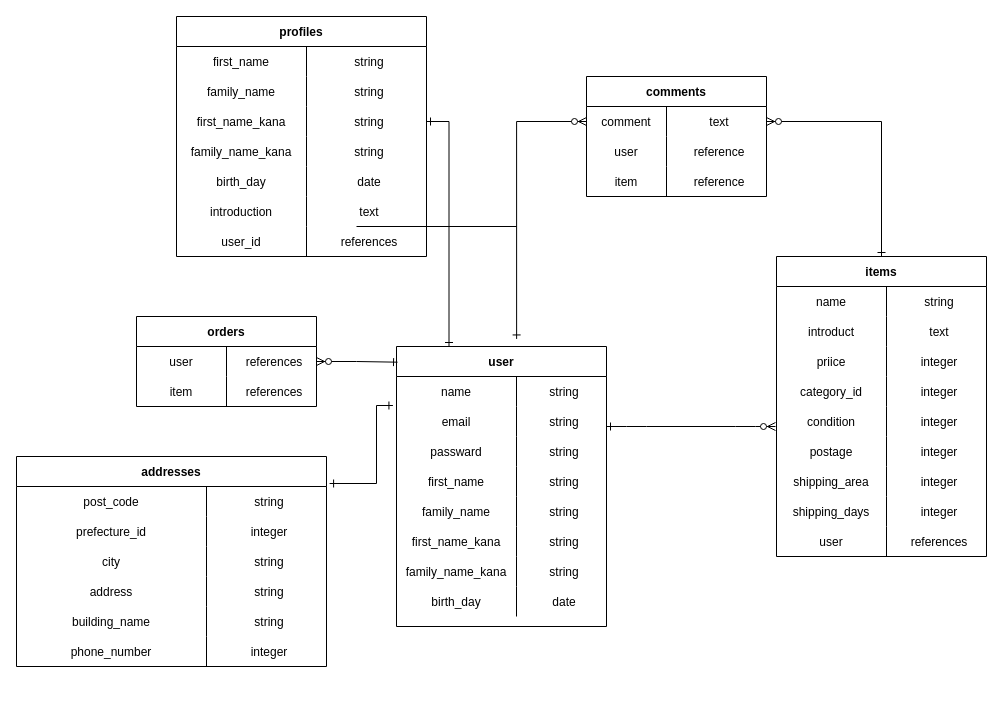
ninomiichan/furima-34382 keeps this draw.io diagram as tset.dio. Above is the earlier version. Source tidied: cells renumbered, new cells numbered last; positions are measured from the earlier drawing's top-left corner, leaving out a move shared by most shapes. Both pictures are drawn from the tidied source at 100%, with x=0, y=0 at pixel (16, 16).
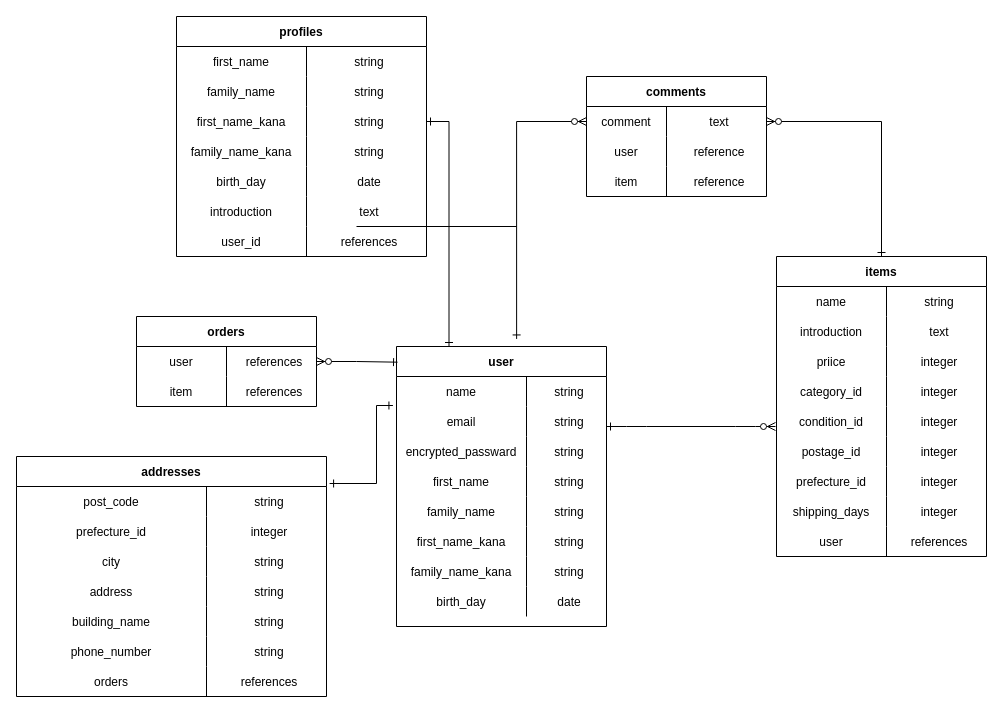
After the change.

The change refers to these unchanged cells:
```xml
<mxCell id="3" style="shape=partialRectangle;fillColor=none;top=0;left=0;bottom=0;right=0;" parent="2" vertex="1">
  <mxGeometry y="30" width="210" height="30" as="geometry" />
</mxCell>
<mxCell id="6" style="shape=partialRectangle;fillColor=none;top=0;left=0;bottom=0;right=0;points=[[0,0.5],[1,0.5]];portConstraint=eastwest;" parent="2" vertex="1">
  <mxGeometry y="60" width="210" height="30" as="geometry" />
</mxCell>
<mxCell id="9" style="shape=partialRectangle;fillColor=none;top=0;left=0;bottom=0;right=0;" parent="2" vertex="1">
  <mxGeometry y="90" width="210" height="30" as="geometry" />
</mxCell>
<mxCell id="12" style="shape=partialRectangle;fillColor=none;top=0;left=0;bottom=0;right=0;" parent="2" vertex="1">
  <mxGeometry y="120" width="210" height="30" as="geometry" />
</mxCell>
<mxCell id="15" style="shape=partialRectangle;fillColor=none;top=0;left=0;bottom=0;right=0;" parent="2" vertex="1">
  <mxGeometry y="150" width="210" height="30" as="geometry" />
</mxCell>
<mxCell id="18" style="shape=partialRectangle;fillColor=none;top=0;left=0;bottom=0;right=0;" parent="2" vertex="1">
  <mxGeometry y="180" width="210" height="30" as="geometry" />
</mxCell>
<mxCell id="21" style="shape=partialRectangle;fillColor=none;top=0;left=0;bottom=0;right=0;" parent="2" vertex="1">
  <mxGeometry y="210" width="210" height="30" as="geometry" />
</mxCell>
<mxCell id="24" style="shape=partialRectangle;fillColor=none;top=0;left=0;bottom=0;right=0;" parent="2" vertex="1">
  <mxGeometry y="240" width="210" height="30" as="geometry" />
</mxCell>
<mxCell id="32" style="shape=partialRectangle;fillColor=none;top=0;left=0;bottom=0;right=0;" parent="28" vertex="1">
  <mxGeometry y="60" width="210" height="30" as="geometry" />
</mxCell>
<mxCell id="41" style="shape=partialRectangle;fillColor=none;top=0;left=0;bottom=0;right=0;" parent="28" vertex="1">
  <mxGeometry y="150" width="210" height="30" as="geometry" />
</mxCell>
<mxCell id="44" style="shape=partialRectangle;fillColor=none;top=0;left=0;bottom=0;right=0;" parent="28" vertex="1">
  <mxGeometry y="180" width="210" height="30" as="geometry" />
</mxCell>
<mxCell id="47" style="shape=partialRectangle;fillColor=none;top=0;left=0;bottom=0;right=0;" parent="28" vertex="1">
  <mxGeometry y="210" width="210" height="30" as="geometry" />
</mxCell>
<mxCell id="107" style="shape=partialRectangle;fillColor=none;top=0;left=0;bottom=0;right=0;" parent="91" vertex="1">
  <mxGeometry y="180" width="310" height="30" as="geometry" />
</mxCell>
```

The edit, as a diff of the source:
```diff
@@
     <mxCell id="4" value="name" style="shape=partialRectangle;fillColor=none;top=0;left=0;bottom=0;right=0;overflow=hidden;" parent="3" vertex="1">
-      <mxGeometry width="120" height="30" as="geometry" />
+      <mxGeometry width="130" height="30" as="geometry" />
     </mxCell>
     <mxCell id="5" value="string" style="shape=partialRectangle;fillColor=none;top=0;left=0;bottom=0;right=0;align=center;spacingLeft=6;overflow=hidden;" parent="3" vertex="1">
-      <mxGeometry x="120" width="90" height="30" as="geometry" />
+      <mxGeometry x="130" width="80" height="30" as="geometry" />
     </mxCell>
@@
     <mxCell id="7" value="email" style="shape=partialRectangle;fillColor=none;top=0;left=0;bottom=0;right=0;overflow=hidden;" parent="6" vertex="1">
-      <mxGeometry width="120" height="30" as="geometry" />
+      <mxGeometry width="130" height="30" as="geometry" />
     </mxCell>
     <mxCell id="8" value="string" style="shape=partialRectangle;fillColor=none;top=0;left=0;bottom=0;right=0;align=center;spacingLeft=6;overflow=hidden;" parent="6" vertex="1">
-      <mxGeometry x="120" width="90" height="30" as="geometry" />
+      <mxGeometry x="130" width="80" height="30" as="geometry" />
     </mxCell>
@@
-    <mxCell id="10" value="passward" style="shape=partialRectangle;fillColor=none;top=0;left=0;bottom=0;right=0;overflow=hidden;" parent="9" vertex="1">
-      <mxGeometry width="120" height="30" as="geometry" />
+    <mxCell id="10" value="encrypted_passward" style="shape=partialRectangle;fillColor=none;top=0;left=0;bottom=0;right=0;overflow=hidden;" parent="9" vertex="1">
+      <mxGeometry width="130" height="30" as="geometry" />
     </mxCell>
     <mxCell id="11" value="string" style="shape=partialRectangle;fillColor=none;top=0;left=0;bottom=0;right=0;align=center;spacingLeft=6;overflow=hidden;" parent="9" vertex="1">
-      <mxGeometry x="120" width="90" height="30" as="geometry" />
+      <mxGeometry x="130" width="80" height="30" as="geometry" />
     </mxCell>
@@
     <mxCell id="13" value="first_name" style="shape=partialRectangle;fillColor=none;top=0;left=0;bottom=0;right=0;overflow=hidden;" parent="12" vertex="1">
-      <mxGeometry width="120" height="30" as="geometry" />
+      <mxGeometry width="130" height="30" as="geometry" />
     </mxCell>
     <mxCell id="14" value="string" style="shape=partialRectangle;fillColor=none;top=0;left=0;bottom=0;right=0;align=center;spacingLeft=6;overflow=hidden;" parent="12" vertex="1">
-      <mxGeometry x="120" width="90" height="30" as="geometry" />
+      <mxGeometry x="130" width="80" height="30" as="geometry" />
     </mxCell>
@@
     <mxCell id="16" value="family_name" style="shape=partialRectangle;fillColor=none;top=0;left=0;bottom=0;right=0;overflow=hidden;" parent="15" vertex="1">
-      <mxGeometry width="120" height="30" as="geometry" />
+      <mxGeometry width="130" height="30" as="geometry" />
     </mxCell>
     <mxCell id="17" value="string" style="shape=partialRectangle;fillColor=none;top=0;left=0;bottom=0;right=0;align=center;spacingLeft=6;overflow=hidden;" parent="15" vertex="1">
-      <mxGeometry x="120" width="90" height="30" as="geometry" />
+      <mxGeometry x="130" width="80" height="30" as="geometry" />
     </mxCell>
@@
     <mxCell id="19" value="first_name_kana" style="shape=partialRectangle;fillColor=none;top=0;left=0;bottom=0;right=0;overflow=hidden;" parent="18" vertex="1">
-      <mxGeometry width="120" height="30" as="geometry" />
+      <mxGeometry width="130" height="30" as="geometry" />
     </mxCell>
     <mxCell id="20" value="string" style="shape=partialRectangle;fillColor=none;top=0;left=0;bottom=0;right=0;align=center;spacingLeft=6;overflow=hidden;" parent="18" vertex="1">
-      <mxGeometry x="120" width="90" height="30" as="geometry" />
+      <mxGeometry x="130" width="80" height="30" as="geometry" />
     </mxCell>
@@
     <mxCell id="22" value="family_name_kana" style="shape=partialRectangle;fillColor=none;top=0;left=0;bottom=0;right=0;overflow=hidden;" parent="21" vertex="1">
-      <mxGeometry width="120" height="30" as="geometry" />
+      <mxGeometry width="130" height="30" as="geometry" />
     </mxCell>
     <mxCell id="23" value="string" style="shape=partialRectangle;fillColor=none;top=0;left=0;bottom=0;right=0;align=center;spacingLeft=6;overflow=hidden;" parent="21" vertex="1">
-      <mxGeometry x="120" width="90" height="30" as="geometry" />
+      <mxGeometry x="130" width="80" height="30" as="geometry" />
     </mxCell>
@@
     <mxCell id="25" value="birth_day" style="shape=partialRectangle;fillColor=none;top=0;left=0;bottom=0;right=0;overflow=hidden;" parent="24" vertex="1">
-      <mxGeometry width="120" height="30" as="geometry" />
+      <mxGeometry width="130" height="30" as="geometry" />
     </mxCell>
     <mxCell id="26" value="date" style="shape=partialRectangle;fillColor=none;top=0;left=0;bottom=0;right=0;align=center;spacingLeft=6;overflow=hidden;" parent="24" vertex="1">
-      <mxGeometry x="120" width="90" height="30" as="geometry" />
+      <mxGeometry x="130" width="80" height="30" as="geometry" />
     </mxCell>
@@
-    <mxCell id="33" value="introduct" style="shape=partialRectangle;fillColor=none;top=0;left=0;bottom=0;right=0;overflow=hidden;" parent="32" vertex="1">
+    <mxCell id="33" value="introduction" style="shape=partialRectangle;fillColor=none;top=0;left=0;bottom=0;right=0;overflow=hidden;" parent="32" vertex="1">
       <mxGeometry width="110" height="30" as="geometry" />
     </mxCell>
@@
-    <mxCell id="42" value="condition" style="shape=partialRectangle;fillColor=none;top=0;left=0;bottom=0;right=0;overflow=hidden;" parent="41" vertex="1">
+    <mxCell id="42" value="condition_id" style="shape=partialRectangle;fillColor=none;top=0;left=0;bottom=0;right=0;overflow=hidden;" parent="41" vertex="1">
       <mxGeometry width="110" height="30" as="geometry" />
     </mxCell>
@@
-    <mxCell id="45" value="postage" style="shape=partialRectangle;fillColor=none;top=0;left=0;bottom=0;right=0;overflow=hidden;" parent="44" vertex="1">
+    <mxCell id="45" value="postage_id" style="shape=partialRectangle;fillColor=none;top=0;left=0;bottom=0;right=0;overflow=hidden;" parent="44" vertex="1">
       <mxGeometry width="110" height="30" as="geometry" />
     </mxCell>
@@
-    <mxCell id="48" value="shipping_area" style="shape=partialRectangle;fillColor=none;top=0;left=0;bottom=0;right=0;overflow=hidden;" parent="47" vertex="1">
+    <mxCell id="48" value="prefecture_id" style="shape=partialRectangle;fillColor=none;top=0;left=0;bottom=0;right=0;overflow=hidden;" parent="47" vertex="1">
       <mxGeometry width="110" height="30" as="geometry" />
     </mxCell>
@@
     <mxCell id="91" value="addresses" style="shape=table;startSize=30;childLayout=tableLayout;rowLines=0;fontStyle=1;align=center;fillColor=none;" parent="1" vertex="1">
-      <mxGeometry y="440" width="310" height="210" as="geometry" />
+      <mxGeometry y="440" width="310" height="240" as="geometry" />
     </mxCell>
@@
-    <mxCell id="109" value="integer" style="shape=partialRectangle;fillColor=none;top=0;left=0;bottom=0;right=0;align=center;spacingLeft=6;overflow=hidden;" parent="107" vertex="1">
+    <mxCell id="109" value="string" style="shape=partialRectangle;fillColor=none;top=0;left=0;bottom=0;right=0;align=center;spacingLeft=6;overflow=hidden;" parent="107" vertex="1">
       <mxGeometry x="190" width="120" height="30" as="geometry" />
     </mxCell>
+    <mxCell id="120" style="shape=partialRectangle;fillColor=none;top=0;left=0;bottom=0;right=0;" parent="91" vertex="1">
+      <mxGeometry y="210" width="310" height="30" as="geometry" />
+    </mxCell>
+    <mxCell id="121" value="orders" style="shape=partialRectangle;fillColor=none;top=0;left=0;bottom=0;right=0;overflow=hidden;" parent="120" vertex="1">
+      <mxGeometry width="190" height="30" as="geometry" />
+    </mxCell>
+    <mxCell id="122" value="references" style="shape=partialRectangle;fillColor=none;top=0;left=0;bottom=0;right=0;align=center;spacingLeft=6;overflow=hidden;" parent="120" vertex="1">
+      <mxGeometry x="190" width="120" height="30" as="geometry" />
+    </mxCell>
```
